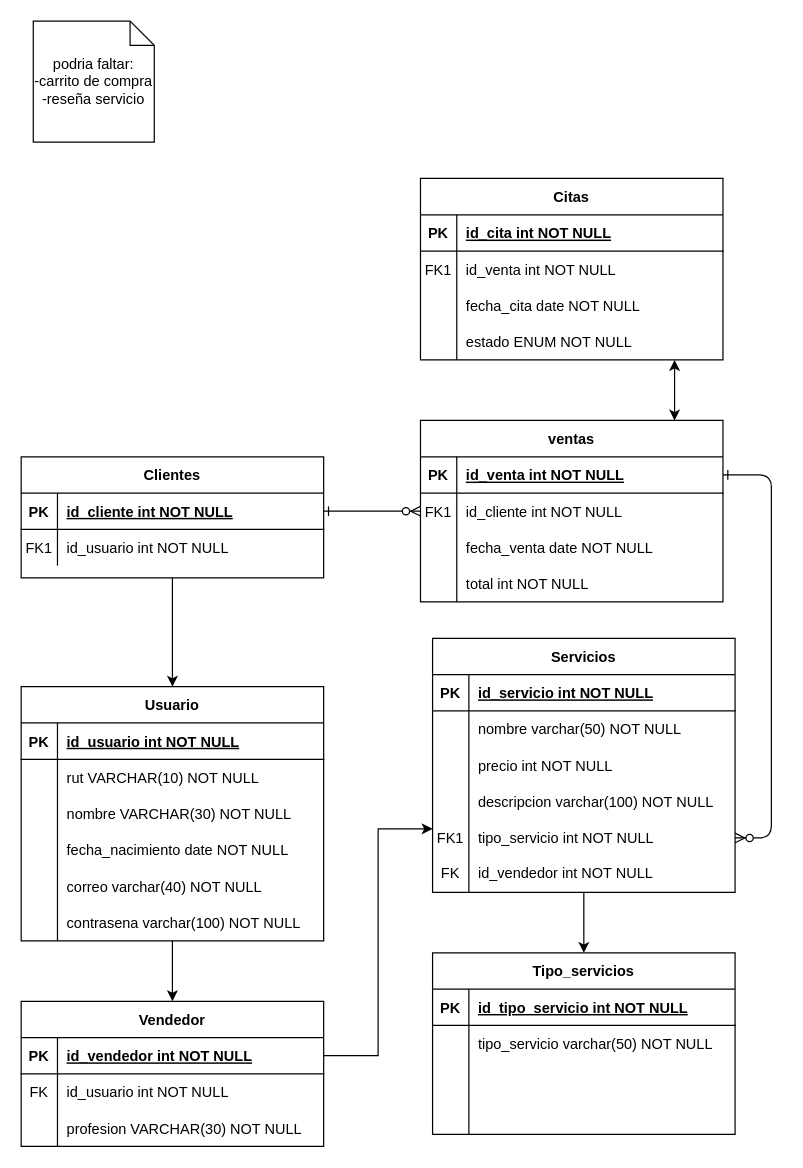
servixdl/servix-frontend keeps this draw.io diagram as modelo_db_marketplace.drawio. Above is the earlier version. Source tidied: cells renumbered, new cells numbered last; positions are measured from the earlier drawing's top-left corner, leaving out a move shared by most shapes. Both pictures are drawn from the tidied source at 121%, with x=0, y=0 at pixel (21, 21).
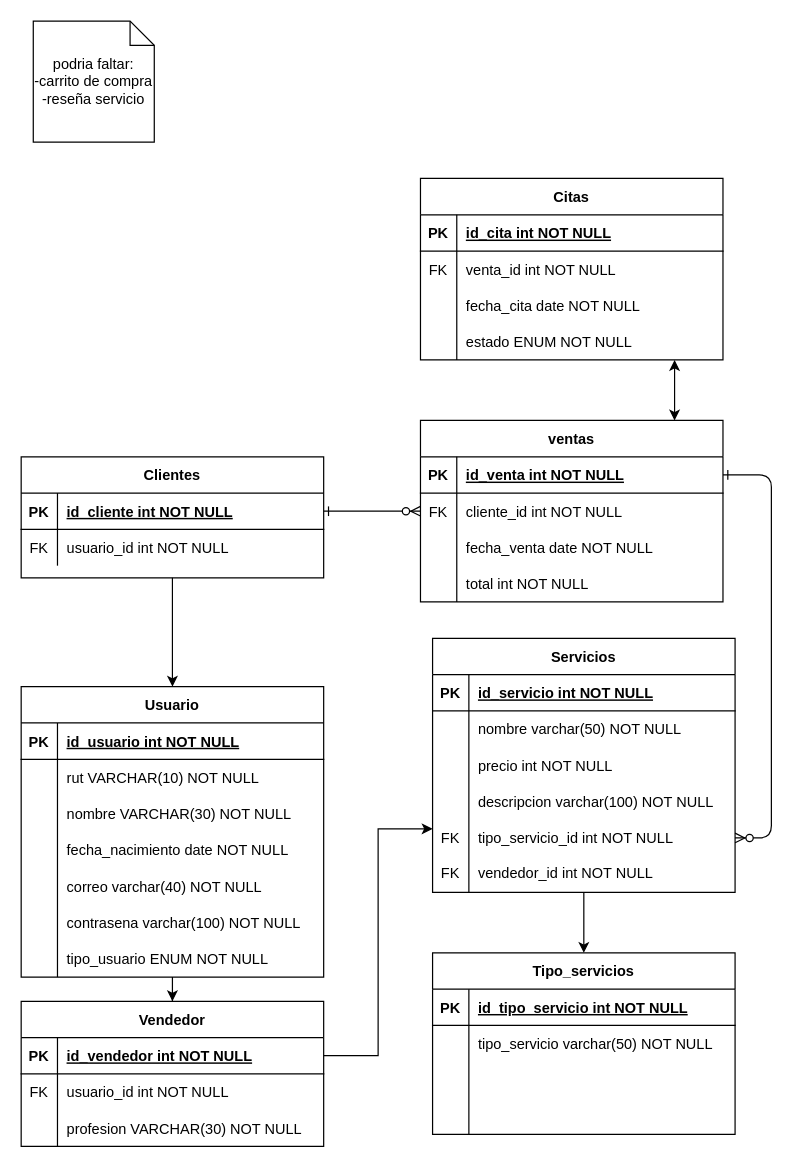
The same diagram, later.

Unchanged cells that the change refers to:
```xml
<mxCell id="9" style="shape=partialRectangle;fillColor=none;points=[[0,0.5],[1,0.5]];portConstraint=eastwest;top=0;left=0;right=0;bottom=0;" parent="5" vertex="1">
  <mxGeometry y="60" width="250" height="30" as="geometry" />
</mxCell>
<mxCell id="32" style="shape=partialRectangle;fillColor=none;points=[[0,0.5],[1,0.5]];portConstraint=eastwest;top=0;left=0;right=0;bottom=0;" parent="19" vertex="1">
  <mxGeometry y="150" width="250" height="30" as="geometry" />
</mxCell>
<mxCell id="35" style="shape=tableRow;horizontal=0;startSize=0;swimlaneHead=0;swimlaneBody=0;fillColor=none;top=0;left=0;right=0;bottom=0;" parent="19" vertex="1">
  <mxGeometry y="180" width="250" height="30" as="geometry" />
</mxCell>
<mxCell id="43" style="shape=partialRectangle;fillColor=none;top=0;left=0;right=0;bottom=0;" parent="39" vertex="1">
  <mxGeometry y="60" width="250" height="30" as="geometry" />
</mxCell>
<mxCell id="70" style="shape=partialRectangle;fillColor=none;top=0;left=0;right=0;bottom=0;" parent="66" vertex="1">
  <mxGeometry y="60" width="250" height="30" as="geometry" />
</mxCell>
<mxCell id="80" style="shape=partialRectangle;fillColor=none;top=0;left=0;right=0;bottom=0;" parent="76" vertex="1">
  <mxGeometry y="60" width="250" height="30" as="geometry" />
</mxCell>
```

What changed in the source:
```diff
@@
-    <mxCell id="10" value="FK1" style="shape=partialRectangle;overflow=hidden;fillColor=none;top=0;left=0;bottom=0;right=0;" parent="9" vertex="1">
+    <mxCell id="10" value="FK" style="shape=partialRectangle;overflow=hidden;fillColor=none;top=0;left=0;bottom=0;right=0;" parent="9" vertex="1">
       <mxGeometry width="30" height="30" as="geometry" />
     </mxCell>
-    <mxCell id="11" value="id_cliente int NOT NULL" style="shape=partialRectangle;overflow=hidden;fillColor=none;top=0;left=0;bottom=0;right=0;align=left;spacingLeft=6;" parent="9" vertex="1">
+    <mxCell id="11" value="cliente_id int NOT NULL" style="shape=partialRectangle;overflow=hidden;fillColor=none;top=0;left=0;bottom=0;right=0;align=left;spacingLeft=6;" parent="9" vertex="1">
       <mxGeometry x="30" width="220" height="30" as="geometry" />
     </mxCell>
@@
-    <mxCell id="33" value="FK1" style="shape=partialRectangle;overflow=hidden;fillColor=none;top=0;left=0;bottom=0;right=0;" parent="32" vertex="1">
+    <mxCell id="33" value="FK" style="shape=partialRectangle;overflow=hidden;fillColor=none;top=0;left=0;bottom=0;right=0;" parent="32" vertex="1">
       <mxGeometry width="30" height="30" as="geometry" />
     </mxCell>
-    <mxCell id="34" value="tipo_servicio int NOT NULL" style="shape=partialRectangle;overflow=hidden;fillColor=none;top=0;left=0;bottom=0;right=0;align=left;spacingLeft=6;" parent="32" vertex="1">
+    <mxCell id="34" value="tipo_servicio_id int NOT NULL" style="shape=partialRectangle;overflow=hidden;fillColor=none;top=0;left=0;bottom=0;right=0;align=left;spacingLeft=6;" parent="32" vertex="1">
       <mxGeometry x="30" width="220" height="30" as="geometry" />
     </mxCell>
@@
-    <mxCell id="37" value="id_vendedor int NOT NULL" style="shape=partialRectangle;fillColor=none;top=0;left=0;bottom=0;right=0;align=left;spacingLeft=6;fontStyle=0;overflow=hidden;whiteSpace=wrap;html=1;" parent="35" vertex="1">
+    <mxCell id="37" value="vendedor_id int NOT NULL" style="shape=partialRectangle;fillColor=none;top=0;left=0;bottom=0;right=0;align=left;spacingLeft=6;fontStyle=0;overflow=hidden;whiteSpace=wrap;html=1;" parent="35" vertex="1">
       <mxGeometry x="30" width="220" height="30" as="geometry" />
     </mxCell>
@@
-    <mxCell id="44" value="FK1" style="shape=partialRectangle;overflow=hidden;fillColor=none;top=0;left=0;bottom=0;right=0;" parent="43" vertex="1">
+    <mxCell id="44" value="FK" style="shape=partialRectangle;overflow=hidden;fillColor=none;top=0;left=0;bottom=0;right=0;" parent="43" vertex="1">
       <mxGeometry width="30" height="30" as="geometry" />
     </mxCell>
-    <mxCell id="45" value="id_usuario int NOT NULL" style="shape=partialRectangle;overflow=hidden;fillColor=none;top=0;left=0;bottom=0;right=0;align=left;spacingLeft=6;" parent="43" vertex="1">
+    <mxCell id="45" value="usuario_id int NOT NULL" style="shape=partialRectangle;overflow=hidden;fillColor=none;top=0;left=0;bottom=0;right=0;align=left;spacingLeft=6;" parent="43" vertex="1">
       <mxGeometry x="30" width="220" height="30" as="geometry" />
     </mxCell>
@@
     <mxCell id="47" value="Usuario" style="shape=table;startSize=30;childLayout=tableLayout;rowLines=0;fontStyle=1;align=center;" parent="1" vertex="1">
-      <mxGeometry y="550" width="250" height="210" as="geometry" />
+      <mxGeometry y="550" width="250" height="240" as="geometry" />
     </mxCell>
@@
+    <mxCell id="104" style="shape=tableRow;horizontal=0;startSize=0;swimlaneHead=0;swimlaneBody=0;fillColor=none;top=0;left=0;right=0;bottom=0;" parent="47" vertex="1">
+      <mxGeometry y="210" width="250" height="30" as="geometry" />
+    </mxCell>
+    <mxCell id="105" style="shape=partialRectangle;fillColor=none;top=0;left=0;bottom=0;right=0;overflow=hidden;" parent="104" vertex="1">
+      <mxGeometry width="30" height="30" as="geometry" />
+    </mxCell>
+    <mxCell id="106" value="tipo_usuario ENUM NOT NULL" style="shape=partialRectangle;fillColor=none;top=0;left=0;bottom=0;right=0;align=left;spacingLeft=6;overflow=hidden;" parent="104" vertex="1">
+      <mxGeometry x="30" width="220" height="30" as="geometry" />
+    </mxCell>
@@
-    <mxCell id="72" value="id_usuario int NOT NULL" style="shape=partialRectangle;overflow=hidden;fillColor=none;top=0;left=0;bottom=0;right=0;align=left;spacingLeft=6;" parent="70" vertex="1">
+    <mxCell id="72" value="usuario_id int NOT NULL" style="shape=partialRectangle;overflow=hidden;fillColor=none;top=0;left=0;bottom=0;right=0;align=left;spacingLeft=6;" parent="70" vertex="1">
       <mxGeometry x="30" width="220" height="30" as="geometry" />
     </mxCell>
@@
-    <mxCell id="81" value="FK1" style="shape=partialRectangle;overflow=hidden;fillColor=none;top=0;left=0;bottom=0;right=0;" parent="80" vertex="1">
+    <mxCell id="81" value="FK" style="shape=partialRectangle;overflow=hidden;fillColor=none;top=0;left=0;bottom=0;right=0;" parent="80" vertex="1">
       <mxGeometry width="30" height="30" as="geometry" />
     </mxCell>
-    <mxCell id="82" value="id_venta int NOT NULL" style="shape=partialRectangle;overflow=hidden;fillColor=none;top=0;left=0;bottom=0;right=0;align=left;spacingLeft=6;" parent="80" vertex="1">
+    <mxCell id="82" value="venta_id int NOT NULL" style="shape=partialRectangle;overflow=hidden;fillColor=none;top=0;left=0;bottom=0;right=0;align=left;spacingLeft=6;" parent="80" vertex="1">
       <mxGeometry x="30" width="220" height="30" as="geometry" />
     </mxCell>
```
